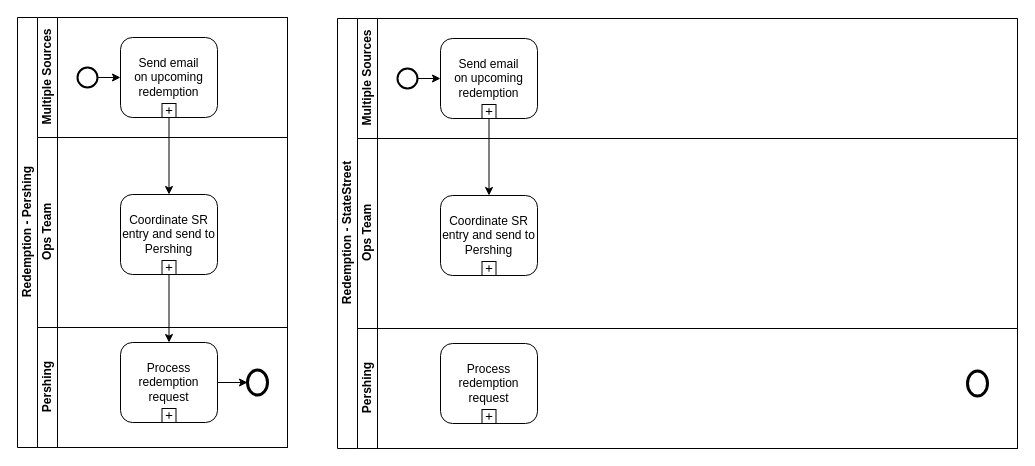
Before: redemption.drawio in yvetuy/diagrams, a draw.io diagram. Source tidied: cells renumbered, new cells numbered last; positions are measured from the earlier drawing's top-left corner, leaving out a move shared by most shapes. Both pictures are drawn from the tidied source at 100%, with x=0, y=0 at pixel (17, 17).
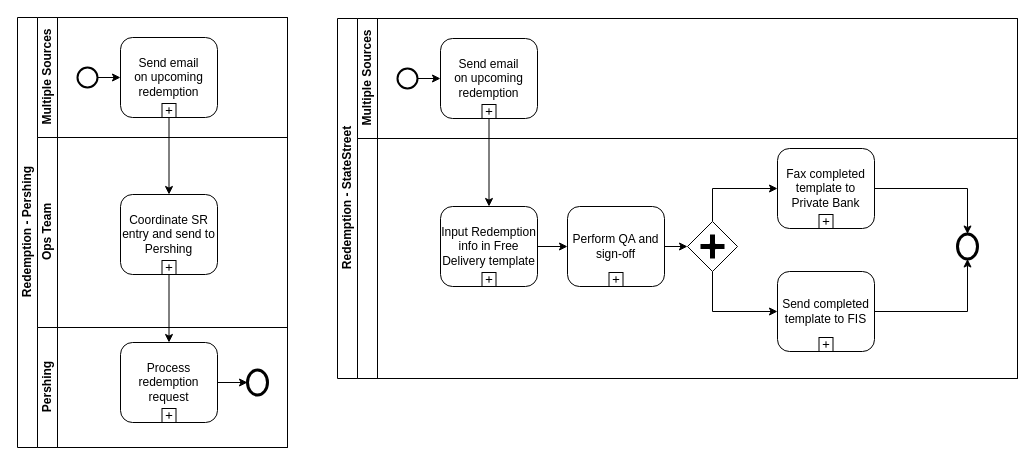
Above is the later version.

The change refers to these unchanged cells:
```xml
<mxCell id="21" value="Send email on&amp;nbsp;upcoming redemption" style="html=1;whiteSpace=wrap;rounded=1;" parent="19" vertex="1">
  <mxGeometry x="83" y="20" width="97" height="80" as="geometry" />
</mxCell>
```

Diff of the diagram source:
```diff
@@
     <mxCell id="18" value="Redemption - StateStreet" style="swimlane;html=1;horizontal=0;startSize=20;" parent="1" vertex="1">
-      <mxGeometry x="320" y="1" width="680" height="430" as="geometry" />
+      <mxGeometry x="320" y="1" width="680" height="360" as="geometry" />
     </mxCell>
@@
+    <mxCell id="31" style="edgeStyle=orthogonalEdgeStyle;rounded=0;jettySize=auto;html=1;" parent="18" edge="1" source="21" target="25">
+      <mxGeometry relative="1" as="geometry" />
+    </mxCell>
-    <mxCell id="24" value="Ops Team" style="swimlane;html=1;startSize=20;horizontal=0;" parent="18" vertex="1">
-      <mxGeometry x="20" y="120" width="660" height="190" as="geometry" />
+    <mxCell id="24" style="swimlane;html=1;startSize=20;horizontal=0;" parent="18" vertex="1">
+      <mxGeometry x="20" y="120" width="660" height="240" as="geometry" />
     </mxCell>
+    <mxCell id="32" style="edgeStyle=orthogonalEdgeStyle;rounded=0;jettySize=auto;html=1;" parent="24" edge="1" source="25" target="37">
+      <mxGeometry relative="1" as="geometry" />
+    </mxCell>
+    <mxCell id="33" style="edgeStyle=orthogonalEdgeStyle;rounded=0;jettySize=auto;html=1;exitX=1;exitY=0.5;exitDx=0;exitDy=0;entryX=0;entryY=0.5;entryDx=0;entryDy=0;" parent="24" edge="1" source="37" target="41">
+      <mxGeometry relative="1" as="geometry" />
+    </mxCell>
+    <mxCell id="34" style="edgeStyle=orthogonalEdgeStyle;rounded=0;jettySize=auto;html=1;exitX=1;exitY=0.5;exitDx=0;exitDy=0;entryX=0.5;entryY=0;entryDx=0;entryDy=0;" parent="24" edge="1" source="35" target="30">
+      <mxGeometry relative="1" as="geometry" />
+    </mxCell>
+    <mxCell id="35" value="Fax completed template to Private Bank" style="html=1;whiteSpace=wrap;rounded=1;" parent="24" vertex="1">
+      <mxGeometry x="420" y="10" width="97" height="80" as="geometry" />
+    </mxCell>
+    <mxCell id="36" style="html=1;shape=plus;" parent="35" vertex="1">
+      <mxGeometry x="0.5" y="1" width="14" height="14" relative="1" as="geometry">
+        <mxPoint x="-7" y="-14" as="offset" />
+      </mxGeometry>
+    </mxCell>
+    <mxCell id="37" value="Perform QA and sign-off" style="html=1;whiteSpace=wrap;rounded=1;" parent="24" vertex="1">
+      <mxGeometry x="210" y="68" width="97" height="80" as="geometry" />
+    </mxCell>
+    <mxCell id="38" style="html=1;shape=plus;" parent="37" vertex="1">
+      <mxGeometry x="0.5" y="1" width="14" height="14" relative="1" as="geometry">
+        <mxPoint x="-7" y="-14" as="offset" />
+      </mxGeometry>
+    </mxCell>
-    <mxCell id="25" value="Coordinate SR entry and send to Pershing" style="html=1;whiteSpace=wrap;rounded=1;" parent="24" vertex="1">
-      <mxGeometry x="83" y="57" width="97" height="80" as="geometry" />
+    <mxCell id="25" value="Input Redemption info in Free Delivery template" style="html=1;whiteSpace=wrap;rounded=1;" parent="24" vertex="1">
+      <mxGeometry x="83" y="68" width="97" height="80" as="geometry" />
     </mxCell>
@@
-    <mxCell id="27" value="Pershing" style="swimlane;html=1;startSize=20;horizontal=0;" parent="18" vertex="1">
-      <mxGeometry x="20" y="310" width="660" height="120" as="geometry" />
-    </mxCell>
-    <mxCell id="28" value="Process redemption request" style="html=1;whiteSpace=wrap;rounded=1;" parent="27" vertex="1">
-      <mxGeometry x="83" y="15" width="97" height="80" as="geometry" />
-    </mxCell>
-    <mxCell id="29" style="html=1;shape=plus;" parent="28" vertex="1">
-      <mxGeometry x="0.5" y="1" width="14" height="14" relative="1" as="geometry">
-        <mxPoint x="-7" y="-14" as="offset" />
-      </mxGeometry>
-    </mxCell>
+    <mxCell id="39" style="edgeStyle=none;rounded=0;jettySize=auto;html=1;exitX=0.5;exitY=0;exitDx=0;exitDy=0;entryX=0;entryY=0.5;entryDx=0;entryDy=0;" parent="24" edge="1" source="41" target="35">
+      <mxGeometry relative="1" as="geometry">
+        <Array as="points">
+          <mxPoint x="355" y="50" />
+        </Array>
+      </mxGeometry>
+    </mxCell>
+    <mxCell id="40" style="edgeStyle=orthogonalEdgeStyle;rounded=0;jettySize=auto;html=1;entryX=0;entryY=0.5;entryDx=0;entryDy=0;" parent="24" edge="1" source="41" target="43">
+      <mxGeometry relative="1" as="geometry">
+        <Array as="points">
+          <mxPoint x="355" y="173" />
+        </Array>
+      </mxGeometry>
+    </mxCell>
+    <mxCell id="41" style="shape=mxgraph.bpmn.shape;html=1;verticalLabelPosition=bottom;labelBackgroundColor=#ffffff;verticalAlign=top;align=center;perimeter=rhombusPerimeter;background=gateway;outlineConnect=0;outline=none;symbol=parallelGw;" parent="24" vertex="1">
+      <mxGeometry x="330" y="83" width="50" height="50" as="geometry" />
+    </mxCell>
-    <mxCell id="30" style="shape=mxgraph.bpmn.shape;html=1;verticalLabelPosition=bottom;labelBackgroundColor=#ffffff;verticalAlign=top;align=center;perimeter=ellipsePerimeter;outlineConnect=0;outline=end;symbol=general;" parent="27" vertex="1">
-      <mxGeometry x="610" y="42.5" width="20" height="25" as="geometry" />
+    <mxCell id="30" style="shape=mxgraph.bpmn.shape;html=1;verticalLabelPosition=bottom;labelBackgroundColor=#ffffff;verticalAlign=top;align=center;perimeter=ellipsePerimeter;outlineConnect=0;outline=end;symbol=general;" parent="24" vertex="1">
+      <mxGeometry x="600" y="95.5" width="20" height="25" as="geometry" />
     </mxCell>
-    <mxCell id="31" style="edgeStyle=orthogonalEdgeStyle;rounded=0;jettySize=auto;html=1;" parent="18" edge="1" source="21" target="25">
-      <mxGeometry relative="1" as="geometry" />
-    </mxCell>
+    <mxCell id="42" style="edgeStyle=orthogonalEdgeStyle;rounded=0;jettySize=auto;html=1;exitX=1;exitY=0.5;exitDx=0;exitDy=0;entryX=0.5;entryY=1;entryDx=0;entryDy=0;" parent="24" edge="1" source="43" target="30">
+      <mxGeometry relative="1" as="geometry" />
+    </mxCell>
+    <mxCell id="43" value="Send completed template to FIS" style="html=1;whiteSpace=wrap;rounded=1;" parent="24" vertex="1">
+      <mxGeometry x="420" y="133" width="97" height="80" as="geometry" />
+    </mxCell>
+    <mxCell id="44" style="html=1;shape=plus;" parent="43" vertex="1">
+      <mxGeometry x="0.5" y="1" width="14" height="14" relative="1" as="geometry">
+        <mxPoint x="-7" y="-14" as="offset" />
+      </mxGeometry>
+    </mxCell>
```
